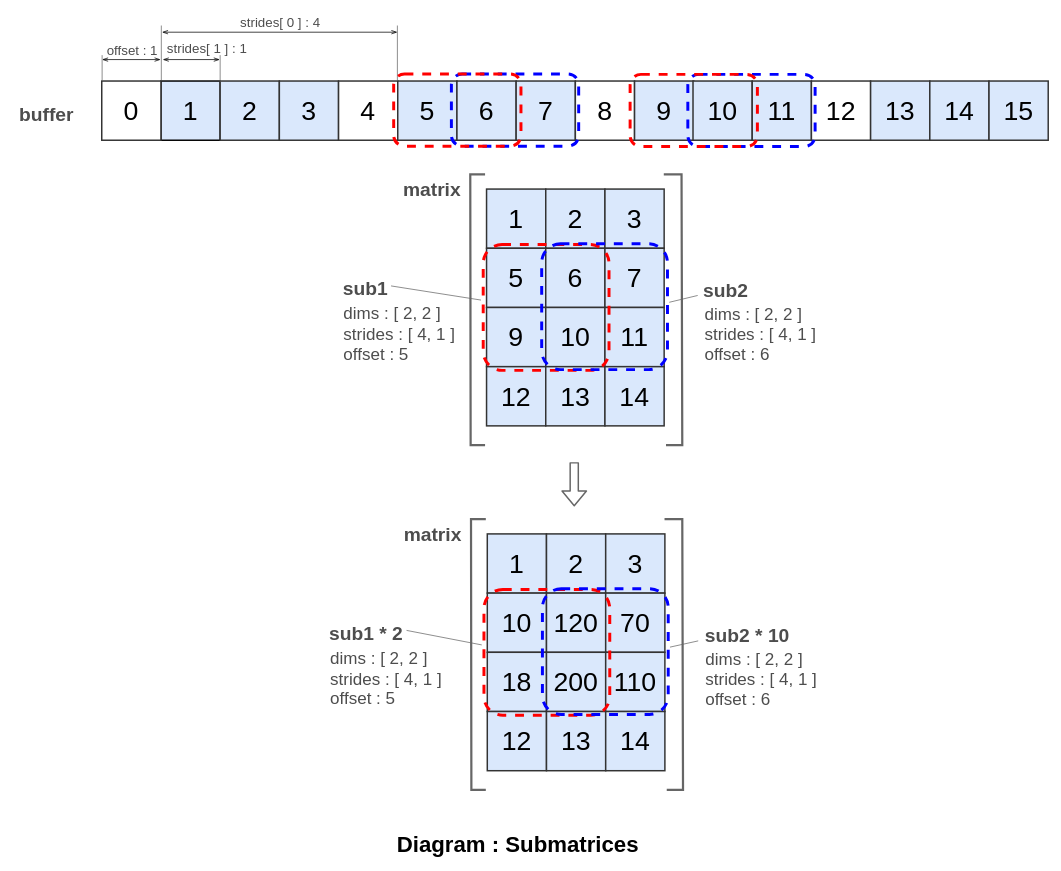
This is page "Submatrices" (8 of 8) of doc/img/Matrix.drawio from Wandalen/wMathMatrix, a draw.io file, before an edit. Source tidied: cells renumbered, new cells numbered last; positions are measured from the earlier drawing's top-left corner, leaving out a move shared by most shapes. Both pictures are drawn from the tidied source at 74%, with x=0, y=0 at pixel (13, 13).
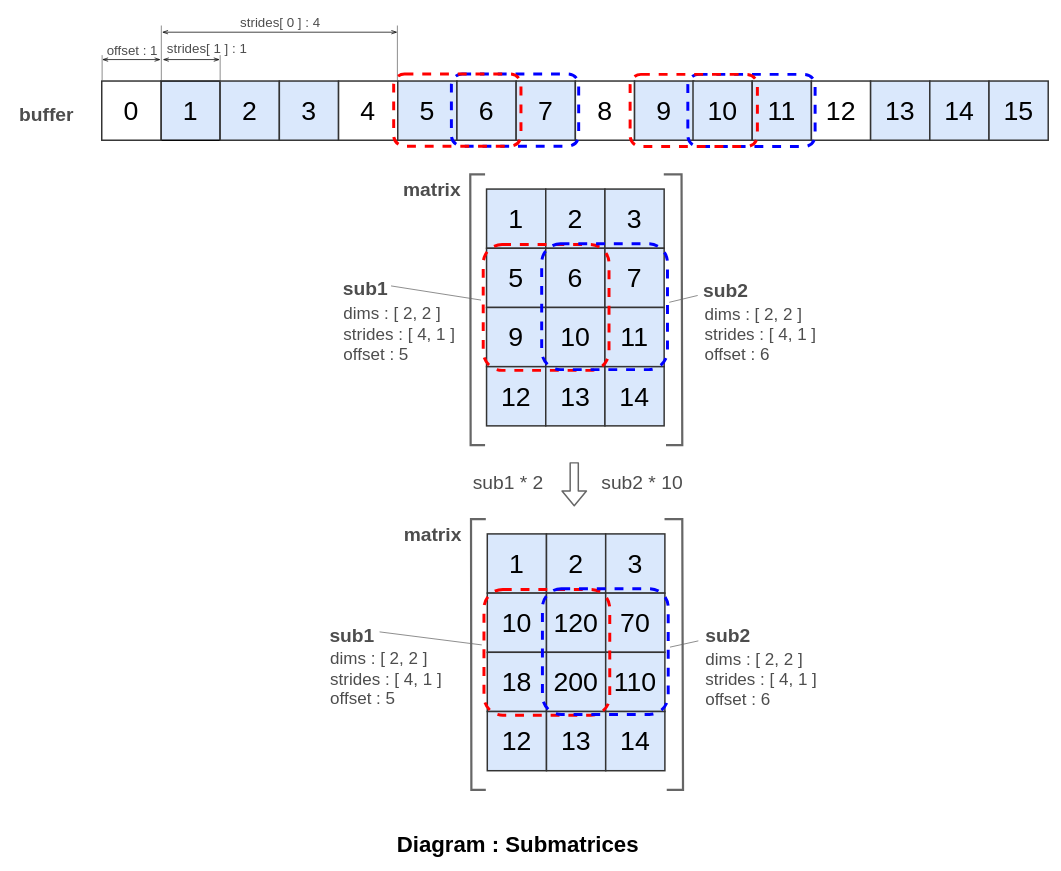
The same diagram, later.

Commit message (it also covers changes not shown here):
Improve image with submatrices

Change to the diagram source:
```diff
@@
-    <mxCell id="72" value="sub1 * 2" style="text;html=1;align=center;verticalAlign=middle;points=[];fontSize=26;fontColor=#4D4D4D;fontStyle=1;" parent="1" vertex="1">
-      <mxGeometry x="422" y="819" width="110" height="40" as="geometry" />
+    <mxCell id="72" value="sub1" style="text;html=1;align=center;verticalAlign=middle;points=[];fontSize=26;fontColor=#4D4D4D;fontStyle=1;" parent="1" vertex="1">
+      <mxGeometry x="420.5" y="821" width="75" height="40" as="geometry" />
     </mxCell>
-    <mxCell id="73" value="sub2 * 10" style="text;html=1;align=center;verticalAlign=middle;points=[];fontSize=26;fontColor=#4D4D4D;fontStyle=1;" parent="1" vertex="1">
-      <mxGeometry x="929" y="821" width="125" height="40" as="geometry" />
+    <mxCell id="73" value="sub2" style="text;html=1;align=center;verticalAlign=middle;points=[];fontSize=26;fontColor=#4D4D4D;fontStyle=1;" parent="1" vertex="1">
+      <mxGeometry x="928" y="821" width="75" height="40" as="geometry" />
     </mxCell>
@@
+    <mxCell id="81" value="sub1 * 2" style="text;html=1;align=center;verticalAlign=middle;fontSize=26;fontColor=#4D4D4D;fontStyle=0;" parent="1" vertex="1">
+      <mxGeometry x="616" y="615" width="105" height="40" as="geometry" />
+    </mxCell>
+    <mxCell id="82" value="sub2 * 10" style="text;html=1;align=center;verticalAlign=middle;fontSize=26;fontColor=#4D4D4D;fontStyle=0;" parent="1" vertex="1">
+      <mxGeometry x="790" y="615" width="120" height="40" as="geometry" />
+    </mxCell>
```
